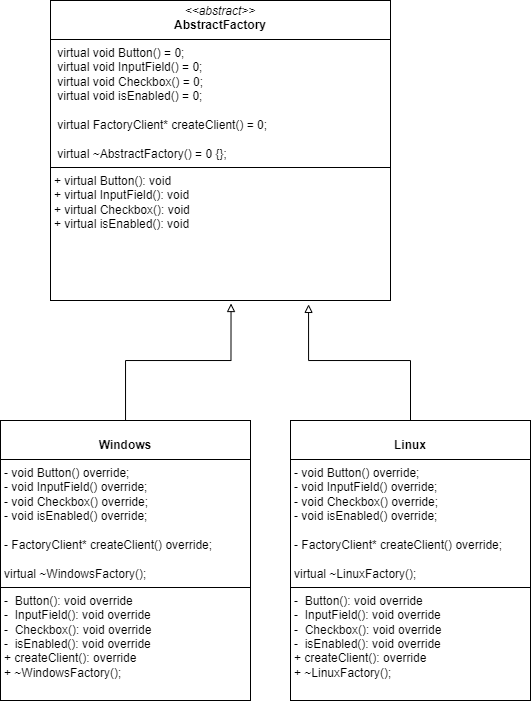
This is Lesson06.drawio.png from Yushikuni/UML-Diagrams, a draw.io export, as it was before one commit. Source tidied: cells renumbered, new cells last; positions are measured from the earlier drawing's top-left corner, leaving out a move shared by most shapes.
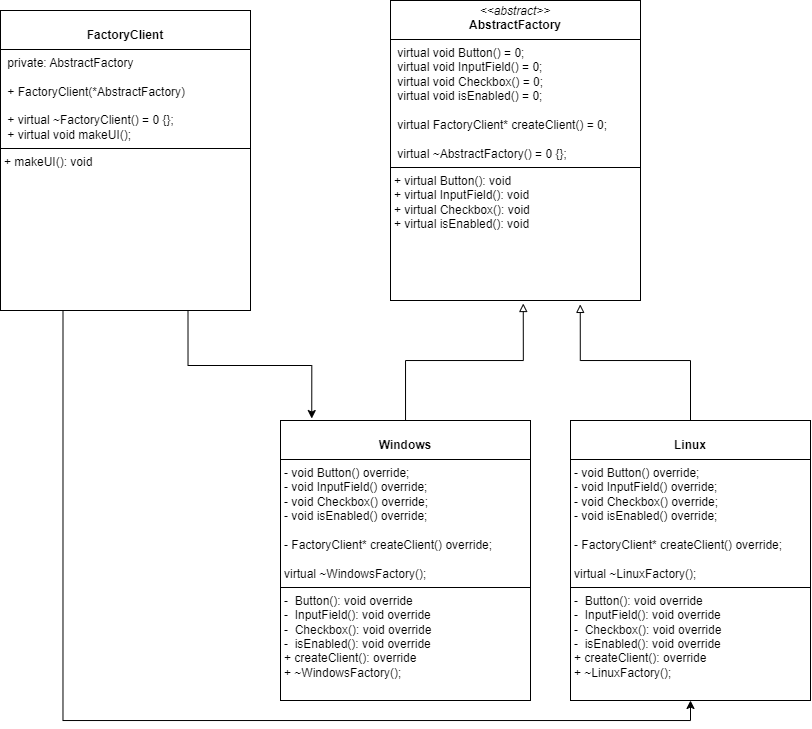
Above is the later version.

The edit, as a diff of the source:
```diff
@@ -3,7 +3,7 @@
     <mxCell id="0" />
     <mxCell id="1" parent="0" />
     <mxCell id="2" value="&lt;p style=&quot;margin:0px;margin-top:4px;text-align:center;&quot;&gt;&lt;i&gt;&amp;lt;&amp;lt;abstract&amp;gt;&amp;gt;&lt;/i&gt;&lt;br&gt;&lt;b&gt;AbstractFactory&lt;/b&gt;&lt;/p&gt;&lt;hr size=&quot;1&quot; style=&quot;border-style:solid;&quot;&gt;&lt;p style=&quot;margin:0px;margin-left:4px;&quot;&gt;&amp;nbsp;virtual void Button() = 0;&lt;/p&gt;&lt;p style=&quot;margin:0px;margin-left:4px;&quot;&gt;&amp;nbsp;virtual void InputField() = 0;&lt;/p&gt;&lt;p style=&quot;margin:0px;margin-left:4px;&quot;&gt;&amp;nbsp;virtual void Checkbox() = 0;&lt;/p&gt;&lt;p style=&quot;margin:0px;margin-left:4px;&quot;&gt;&amp;nbsp;virtual void isEnabled() = 0;&lt;/p&gt;&lt;p style=&quot;margin:0px;margin-left:4px;&quot;&gt;&lt;br&gt;&lt;/p&gt;&lt;p style=&quot;margin:0px;margin-left:4px;&quot;&gt;&amp;nbsp;virtual FactoryClient* createClient() = 0;&lt;/p&gt;&lt;p style=&quot;margin:0px;margin-left:4px;&quot;&gt;&lt;br&gt;&lt;/p&gt;&lt;p style=&quot;margin:0px;margin-left:4px;&quot;&gt;&amp;nbsp;virtual ~AbstractFactory() = 0 {};&lt;/p&gt;&lt;hr size=&quot;1&quot; style=&quot;border-style:solid;&quot;&gt;&lt;p style=&quot;margin:0px;margin-left:4px;&quot;&gt;+ virtual Button(): void&lt;/p&gt;&lt;p style=&quot;margin:0px;margin-left:4px;&quot;&gt;+ virtual InputField(): void&lt;br&gt;&lt;/p&gt;&lt;p style=&quot;margin:0px;margin-left:4px;&quot;&gt;+ virtual Checkbox(): void&lt;br&gt;&lt;/p&gt;&lt;p style=&quot;margin:0px;margin-left:4px;&quot;&gt;+ virtual isEnabled(): void&lt;br&gt;&lt;/p&gt;&lt;p style=&quot;margin:0px;margin-left:4px;&quot;&gt;&lt;br&gt;&lt;/p&gt;&lt;p style=&quot;margin:0px;margin-left:4px;&quot;&gt;&lt;br&gt;&lt;/p&gt;" style="verticalAlign=top;align=left;overflow=fill;html=1;whiteSpace=wrap;" parent="1" vertex="1">
-      <mxGeometry x="50" width="340" height="300" as="geometry" />
+      <mxGeometry x="110" width="250" height="300" as="geometry" />
     </mxCell>
     <mxCell id="3" value="&lt;p style=&quot;margin:0px;margin-top:4px;text-align:center;&quot;&gt;&lt;br&gt;&lt;b&gt;Windows&lt;/b&gt;&lt;/p&gt;&lt;hr size=&quot;1&quot; style=&quot;border-style:solid;&quot;&gt;&lt;p style=&quot;margin:0px;margin-left:4px;&quot;&gt;-&amp;nbsp;&lt;span style=&quot;background-color: initial;&quot;&gt;void Button() override;&lt;/span&gt;&lt;br&gt;&lt;/p&gt;&lt;p style=&quot;margin:0px;margin-left:4px;&quot;&gt;- void InputField() override;&lt;/p&gt;&lt;p style=&quot;margin:0px;margin-left:4px;&quot;&gt;- void Checkbox() override;&lt;/p&gt;&lt;p style=&quot;margin:0px;margin-left:4px;&quot;&gt;- void isEnabled() override;&lt;/p&gt;&lt;p style=&quot;margin:0px;margin-left:4px;&quot;&gt;&lt;br&gt;&lt;/p&gt;&lt;p style=&quot;margin:0px;margin-left:4px;&quot;&gt;- FactoryClient* createClient() override;&lt;/p&gt;&lt;p style=&quot;margin:0px;margin-left:4px;&quot;&gt;&lt;br&gt;&lt;/p&gt;&lt;p style=&quot;margin:0px;margin-left:4px;&quot;&gt;virtual ~WindowsFactory();&lt;/p&gt;&lt;hr size=&quot;1&quot; style=&quot;border-style:solid;&quot;&gt;&lt;p style=&quot;margin:0px;margin-left:4px;&quot;&gt;-&amp;nbsp; Button(): void override&lt;/p&gt;&lt;p style=&quot;margin:0px;margin-left:4px;&quot;&gt;-&amp;nbsp; InputField(): void override&lt;br&gt;&lt;/p&gt;&lt;p style=&quot;margin:0px;margin-left:4px;&quot;&gt;-&amp;nbsp; Checkbox(): void override&lt;br&gt;&lt;/p&gt;&lt;p style=&quot;margin:0px;margin-left:4px;&quot;&gt;-&amp;nbsp; isEnabled(): void override&lt;br&gt;&lt;/p&gt;&lt;p style=&quot;margin:0px;margin-left:4px;&quot;&gt;+ createClient(): override&lt;/p&gt;&lt;p style=&quot;margin:0px;margin-left:4px;&quot;&gt;+&amp;nbsp;&lt;span style=&quot;background-color: initial;&quot;&gt;~WindowsFactory();&lt;/span&gt;&lt;/p&gt;&lt;p style=&quot;margin:0px;margin-left:4px;&quot;&gt;&lt;br&gt;&lt;/p&gt;&lt;p style=&quot;margin:0px;margin-left:4px;&quot;&gt;&lt;br&gt;&lt;/p&gt;&lt;p style=&quot;margin:0px;margin-left:4px;&quot;&gt;&lt;br&gt;&lt;/p&gt;&lt;p style=&quot;margin:0px;margin-left:4px;&quot;&gt;&lt;br&gt;&lt;/p&gt;" style="verticalAlign=top;align=left;overflow=fill;html=1;whiteSpace=wrap;" parent="1" vertex="1">
       <mxGeometry y="420" width="250" height="280" as="geometry" />
@@ -17,5 +17,14 @@
     <mxCell id="6" style="edgeStyle=orthogonalEdgeStyle;rounded=0;jettySize=auto;html=1;entryX=0.531;entryY=1.01;entryDx=0;entryDy=0;entryPerimeter=0;endArrow=block;endFill=0;" parent="1" edge="1" source="3" target="2">
       <mxGeometry relative="1" as="geometry" />
     </mxCell>
+    <mxCell id="7" style="edgeStyle=orthogonalEdgeStyle;rounded=0;jettySize=auto;html=1;exitX=0.25;exitY=1;exitDx=0;exitDy=0;entryX=0.5;entryY=1;entryDx=0;entryDy=0;" parent="1" edge="1" source="8" target="4">
+      <mxGeometry relative="1" as="geometry" />
+    </mxCell>
+    <mxCell id="8" value="&lt;p style=&quot;margin:0px;margin-top:4px;text-align:center;&quot;&gt;&lt;br&gt;&lt;b&gt;FactoryClient&lt;/b&gt;&lt;/p&gt;&lt;hr size=&quot;1&quot; style=&quot;border-style:solid;&quot;&gt;&lt;p style=&quot;margin:0px;margin-left:4px;&quot;&gt;&amp;nbsp;private: AbstractFactory&lt;/p&gt;&lt;p style=&quot;margin:0px;margin-left:4px;&quot;&gt;&lt;br&gt;&lt;/p&gt;&lt;p style=&quot;margin:0px;margin-left:4px;&quot;&gt;&amp;nbsp;+ FactoryClient(*AbstractFactory)&lt;/p&gt;&lt;p style=&quot;margin:0px;margin-left:4px;&quot;&gt;&lt;br&gt;&lt;/p&gt;&lt;p style=&quot;margin:0px;margin-left:4px;&quot;&gt;&amp;nbsp;+ virtual ~FactoryClient() = 0 {};&lt;/p&gt;&lt;p style=&quot;margin:0px;margin-left:4px;&quot;&gt;&amp;nbsp;+ virtual void makeUI();&lt;/p&gt;&lt;hr size=&quot;1&quot; style=&quot;border-style:solid;&quot;&gt;&lt;p style=&quot;margin:0px;margin-left:4px;&quot;&gt;+ makeUI(): void&lt;/p&gt;&lt;p style=&quot;margin:0px;margin-left:4px;&quot;&gt;&lt;br&gt;&lt;/p&gt;&lt;p style=&quot;margin:0px;margin-left:4px;&quot;&gt;&lt;br&gt;&lt;/p&gt;" style="verticalAlign=top;align=left;overflow=fill;html=1;whiteSpace=wrap;" parent="1" vertex="1">
+      <mxGeometry x="-280" y="10" width="250" height="300" as="geometry" />
+    </mxCell>
+    <mxCell id="9" style="edgeStyle=orthogonalEdgeStyle;rounded=0;jettySize=auto;html=1;exitX=0.75;exitY=1;exitDx=0;exitDy=0;entryX=0.125;entryY=-0.007;entryDx=0;entryDy=0;entryPerimeter=0;" parent="1" edge="1" source="8" target="3">
+      <mxGeometry relative="1" as="geometry" />
+    </mxCell>
   </root>
 </mxGraphModel>
```
